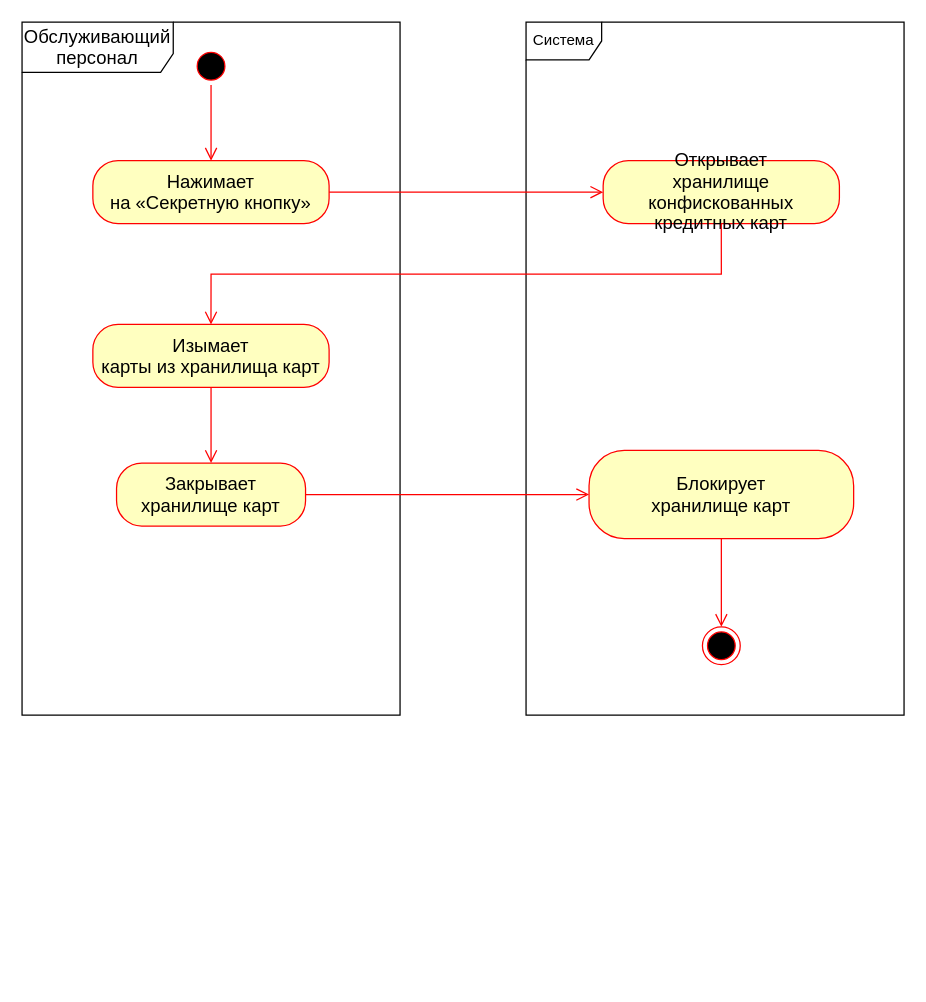
Before: page "Забрать конфискованные кредитные карты" (5 of 5) of папс/Банкомат/Банкомат Активность.drawio in KvoERR/pnrpu-3rd-year, a draw.io diagram. Source tidied: cells renumbered, new cells numbered last; positions are measured from the earlier drawing's top-left corner, leaving out a move shared by most shapes. Both pictures are drawn from the tidied source at 126%, with x=0, y=0 at pixel (21, 21).
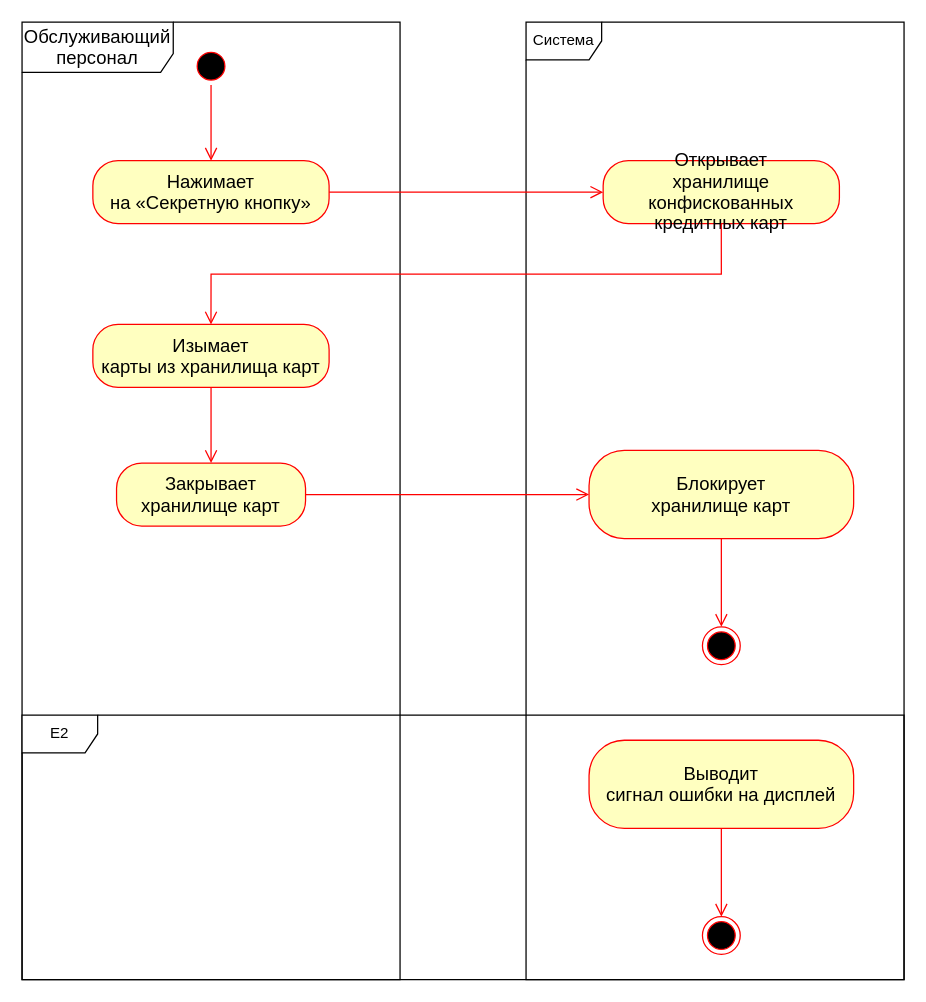
After the change.

What changed in the source:
```diff
@@
     <mxCell id="2" value="&lt;span style=&quot;font-size:11.0pt;line-height:115%;&lt;br/&gt;font-family:&amp;quot;Calibri&amp;quot;,sans-serif;mso-ascii-theme-font:minor-latin;mso-fareast-font-family:&lt;br/&gt;Calibri;mso-fareast-theme-font:minor-latin;mso-hansi-theme-font:minor-latin;&lt;br/&gt;mso-bidi-font-family:&amp;quot;Times New Roman&amp;quot;;mso-bidi-theme-font:minor-bidi;&lt;br/&gt;mso-ansi-language:RU;mso-fareast-language:EN-US;mso-bidi-language:AR-SA&quot;&gt;Обслуживающий&lt;br/&gt;персонал&lt;/span&gt;" style="shape=umlFrame;whiteSpace=wrap;html=1;width=120;height=40;" parent="1" vertex="1">
-      <mxGeometry width="300" height="550" as="geometry" />
+      <mxGeometry width="300" height="760" as="geometry" />
     </mxCell>
@@
     <mxCell id="7" value="Система" style="shape=umlFrame;whiteSpace=wrap;html=1;" parent="1" vertex="1">
-      <mxGeometry x="400" width="300" height="550" as="geometry" />
+      <mxGeometry x="400" width="300" height="760" as="geometry" />
     </mxCell>
@@
+    <mxCell id="17" value="E2" style="shape=umlFrame;whiteSpace=wrap;html=1;" parent="1" vertex="1">
+      <mxGeometry y="550" width="700" height="210" as="geometry" />
+    </mxCell>
+    <mxCell id="18" value="&lt;span style=&quot;font-size:11.0pt;line-height:115%;&lt;br/&gt;font-family:&amp;quot;Calibri&amp;quot;,sans-serif;mso-ascii-theme-font:minor-latin;mso-fareast-font-family:&lt;br/&gt;Calibri;mso-fareast-theme-font:minor-latin;mso-hansi-theme-font:minor-latin;&lt;br/&gt;mso-bidi-font-family:&amp;quot;Times New Roman&amp;quot;;mso-bidi-theme-font:minor-bidi;&lt;br/&gt;mso-ansi-language:RU;mso-fareast-language:EN-US;mso-bidi-language:AR-SA&quot;&gt;Выводит&lt;br/&gt;сигнал ошибки на дисплей&lt;/span&gt;" style="rounded=1;whiteSpace=wrap;html=1;arcSize=40;fontColor=#000000;fillColor=#ffffc0;strokeColor=#ff0000;" parent="1" vertex="1">
+      <mxGeometry x="450" y="570" width="210" height="70" as="geometry" />
+    </mxCell>
+    <mxCell id="19" style="ellipse;html=1;shape=endState;fillColor=#000000;strokeColor=#ff0000;" parent="1" vertex="1">
+      <mxGeometry x="540" y="710" width="30" height="30" as="geometry" />
+    </mxCell>
+    <mxCell id="20" style="edgeStyle=orthogonalEdgeStyle;html=1;verticalAlign=bottom;endArrow=open;endSize=8;strokeColor=#ff0000;rounded=0;entryX=0.5;entryY=0;entryDx=0;entryDy=0;exitX=0.5;exitY=1;exitDx=0;exitDy=0;" parent="1" edge="1" source="18" target="19">
+      <mxGeometry relative="1" as="geometry" />
+    </mxCell>
```
